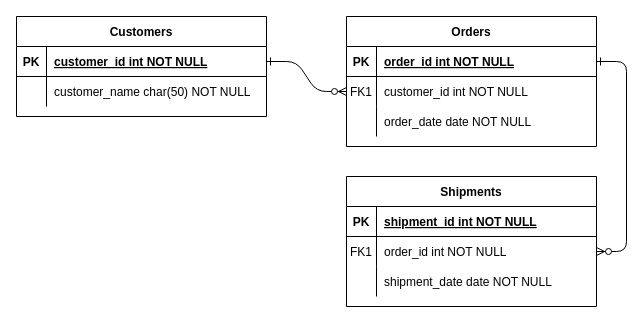
Earlier version of the draw.io diagram SOLO_SQL_Coder/Diagrama_entidad-relacion_ejemplo1.drawio (Sergio-Ibarra-1795/CoderHouse_DataAnalytics_gitHub). Source tidied: cells renumbered, new cells numbered last; positions are measured from the earlier drawing's top-left corner, leaving out a move shared by most shapes. Both pictures are drawn from the tidied source at 100%, with x=0, y=0 at pixel (16, 16).
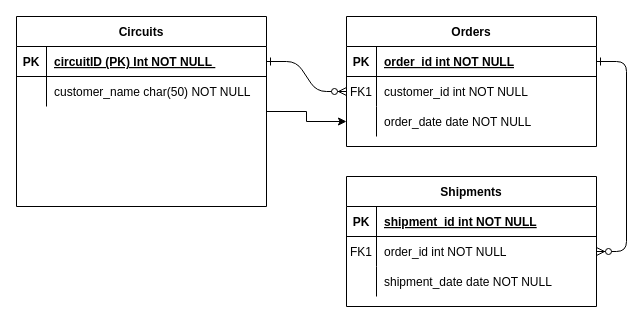
After the change.

The change refers to these unchanged cells:
```xml
<mxCell id="11" style="shape=partialRectangle;fillColor=none;points=[[0,0.5],[1,0.5]];portConstraint=eastwest;top=0;left=0;right=0;bottom=0;" parent="4" vertex="1">
  <mxGeometry y="90" width="250" height="30" as="geometry" />
</mxCell>
<mxCell id="25" style="shape=partialRectangle;fillColor=none;points=[[0,0.5],[1,0.5]];portConstraint=eastwest;top=0;left=0;right=0;bottom=1;" parent="24" vertex="1">
  <mxGeometry y="30" width="250" height="30" as="geometry" />
</mxCell>
```

What changed in the source:
```diff
@@
+    <mxCell id="31" style="edgeStyle=orthogonalEdgeStyle;rounded=0;jettySize=auto;html=1;" parent="1" edge="1" source="24" target="11">
+      <mxGeometry relative="1" as="geometry" />
+    </mxCell>
-    <mxCell id="24" value="Customers" style="shape=table;startSize=30;childLayout=tableLayout;rowLines=0;fontStyle=1;align=center;" parent="1" vertex="1">
-      <mxGeometry width="250" height="100" as="geometry" />
+    <mxCell id="24" value="Circuits" style="shape=table;startSize=30;childLayout=tableLayout;rowLines=0;fontStyle=1;align=center;" parent="1" vertex="1">
+      <mxGeometry width="250" height="190" as="geometry" />
     </mxCell>
@@
-    <mxCell id="27" value="customer_id int NOT NULL " style="shape=partialRectangle;overflow=hidden;fillColor=none;top=0;left=0;bottom=0;right=0;align=left;spacingLeft=6;fontStyle=5;" parent="25" vertex="1">
+    <mxCell id="27" value="circuitID (PK) Int NOT NULL " style="shape=partialRectangle;overflow=hidden;fillColor=none;top=0;left=0;bottom=0;right=0;align=left;spacingLeft=6;fontStyle=5;" parent="25" vertex="1">
       <mxGeometry x="30" width="220" height="30" as="geometry" />
     </mxCell>
```
